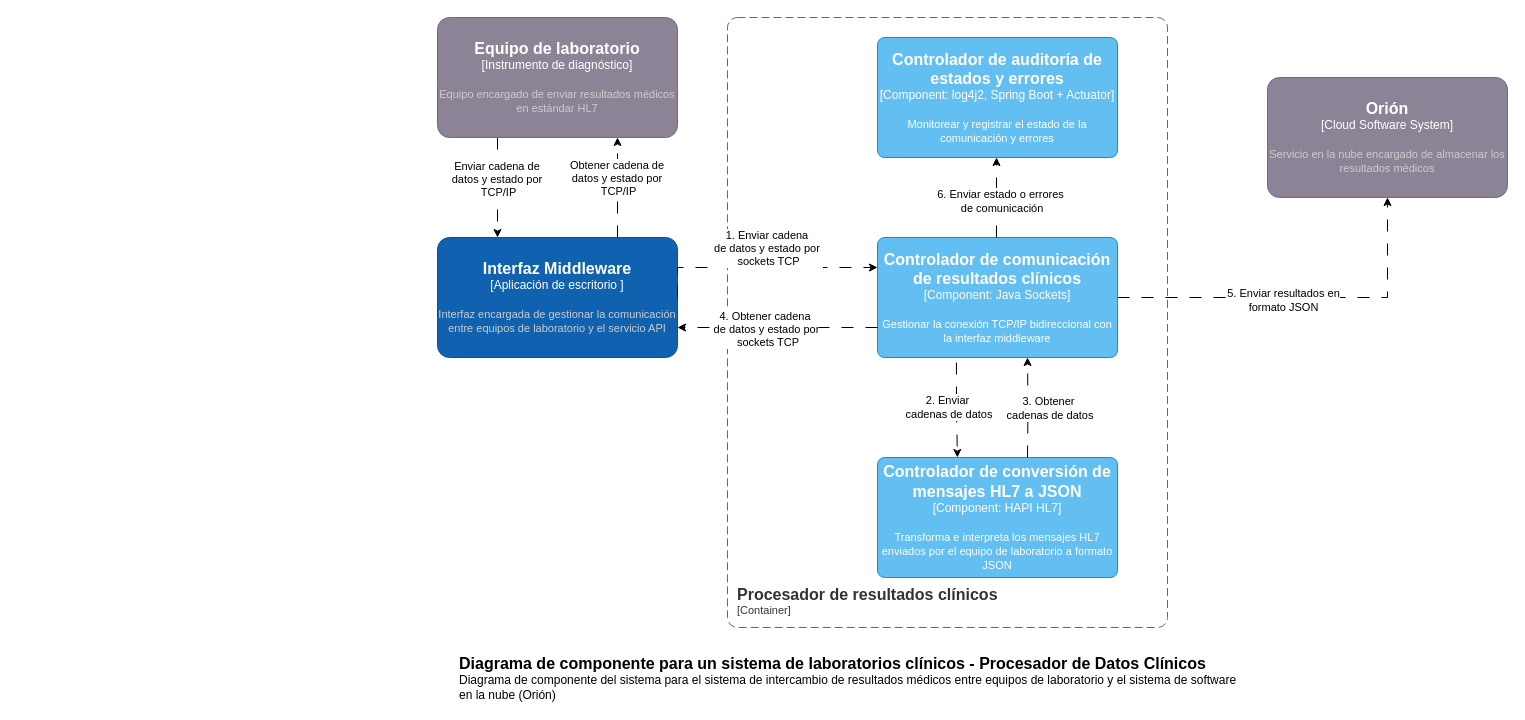
Before: page "Componente-PROCESADOR" (4 of 4) of Diagramas/TIC.drawio in GiulianAlbuja/TIC, a draw.io diagram. Source tidied: cells renumbered, new cells numbered last; positions are measured from the earlier drawing's top-left corner, leaving out a move shared by most shapes. Both pictures are drawn from the tidied source at 100%, with x=0, y=0 at pixel (437, 17).
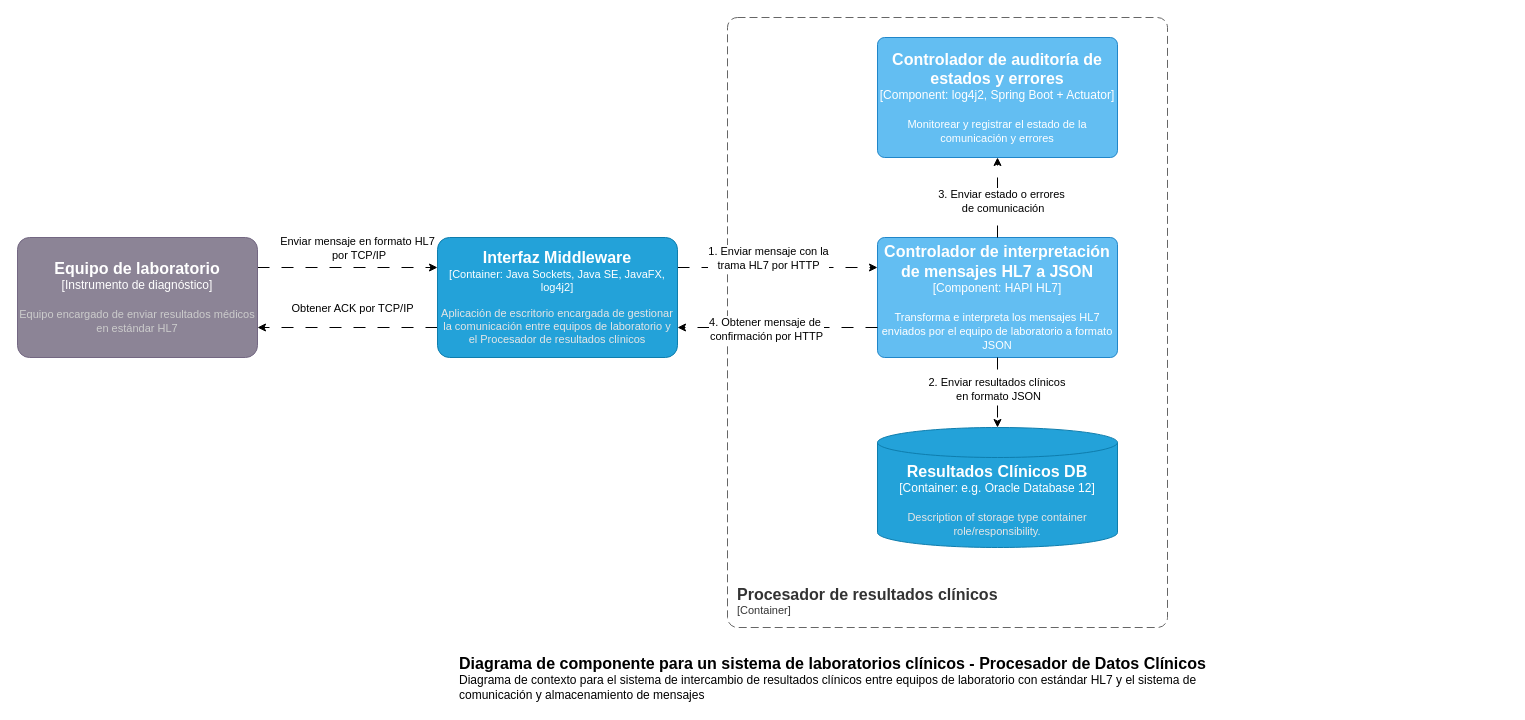
After the change.

The change refers to these unchanged cells:
```xml
<object id="12" label="&lt;font style=&quot;font-size: 16px&quot;&gt;&lt;b&gt;%c4Name%&lt;/b&gt;&lt;/font&gt;&lt;div&gt;[%c4Type%: %c4Technology%]&lt;/div&gt;&lt;br&gt;&lt;div&gt;&lt;font style=&quot;font-size: 11px&quot;&gt;%c4Description%&lt;/font&gt;&lt;/div&gt;" c4Description="Monitorear y registrar el estado de la comunicación y errores" c4Name="Controlador de auditoría de estados y errores" c4Technology="log4j2, Spring Boot + Actuator" c4Type="Component" placeholders="1">
  <mxCell style="rounded=1;whiteSpace=wrap;html=1;labelBackgroundColor=none;fillColor=#63BEF2;fontColor=#ffffff;align=center;arcSize=6;strokeColor=#2086C9;points=[[0.25,0,0],[0.5,0,0],[0.75,0,0],[1,0.25,0],[1,0.5,0],[1,0.75,0],[0.75,1,0],[0.5,1,0],[0.25,1,0],[0,0.75,0],[0,0.5,0],[0,0.25,0]];" parent="1" vertex="1">
    <mxGeometry x="440" y="20" width="240" height="120" as="geometry" />
  </mxCell>
</object>
```

Diff of the diagram source:
```diff
@@
-    <object id="2" label="&lt;font style=&quot;font-size: 16px&quot;&gt;&lt;b&gt;%c4Name%&lt;/b&gt;&lt;/font&gt;&lt;div&gt;[%c4Type%]&lt;/div&gt;&lt;br&gt;&lt;div&gt;&lt;font style=&quot;font-size: 11px&quot;&gt;&lt;font color=&quot;#cccccc&quot;&gt;%c4Description%&lt;/font&gt;&lt;/div&gt;" c4Description="Interfaz encargada de gestionar la comunicación entre equipos de laboratorio y el servicio API" c4Name="Interfaz Middleware" c4Type="Aplicación de escritorio " placeholders="1">
-      <mxCell style="rounded=1;whiteSpace=wrap;html=1;labelBackgroundColor=none;fillColor=#1061B0;fontColor=#ffffff;align=center;arcSize=10;strokeColor=#0D5091;points=[[0.25,0,0],[0.5,0,0],[0.75,0,0],[1,0.25,0],[1,0.5,0],[1,0.75,0],[0.75,1,0],[0.5,1,0],[0.25,1,0],[0,0.75,0],[0,0.5,0],[0,0.25,0]];" parent="1" vertex="1">
-        <mxGeometry y="220" width="240" height="120" as="geometry" />
-      </mxCell>
-    </object>
-    <mxCell id="3" style="edgeStyle=orthogonalEdgeStyle;rounded=0;jettySize=auto;html=1;entryX=0.25;entryY=0;entryDx=0;entryDy=0;entryPerimeter=0;startArrow=none;startFill=0;dashed=1;dashPattern=12 12;exitX=0.25;exitY=1;exitDx=0;exitDy=0;exitPerimeter=0;" parent="1" edge="1" source="5" target="2">
+    <mxCell id="3" style="edgeStyle=orthogonalEdgeStyle;rounded=0;jettySize=auto;html=1;entryX=0;entryY=0.25;entryDx=0;entryDy=0;entryPerimeter=0;startArrow=none;startFill=0;dashed=1;dashPattern=12 12;exitX=1;exitY=0.25;exitDx=0;exitDy=0;exitPerimeter=0;" parent="1" edge="1" source="5" target="26">
       <mxGeometry relative="1" as="geometry" />
     </mxCell>
-    <mxCell id="4" value="Enviar cadena de&amp;nbsp;&lt;div&gt;datos y estado por&amp;nbsp;&lt;/div&gt;&lt;div&gt;TCP/IP&lt;/div&gt;" style="edgeLabel;html=1;align=center;verticalAlign=middle;" parent="3" vertex="1">
+    <mxCell id="4" value="Enviar mensaje en formato HL7&lt;div&gt;&amp;nbsp;por TCP/IP&lt;/div&gt;" style="edgeLabel;html=1;align=center;verticalAlign=middle;" parent="3" vertex="1">
       <mxGeometry x="-0.25" y="-1" relative="1" as="geometry">
-        <mxPoint x="1" y="3" as="offset" />
+        <mxPoint x="31" y="-21" as="offset" />
       </mxGeometry>
     </mxCell>
     <object id="5" label="&lt;font style=&quot;font-size: 16px&quot;&gt;&lt;b&gt;%c4Name%&lt;/b&gt;&lt;/font&gt;&lt;div&gt;[%c4Type%]&lt;/div&gt;&lt;br&gt;&lt;div&gt;&lt;font style=&quot;font-size: 11px&quot;&gt;&lt;font color=&quot;#cccccc&quot;&gt;%c4Description%&lt;/font&gt;&lt;/div&gt;" c4Description="Equipo encargado de enviar resultados médicos en estándar HL7" c4Name="Equipo de laboratorio" c4Type="Instrumento de diagnóstico" placeholders="1">
       <mxCell style="rounded=1;whiteSpace=wrap;html=1;labelBackgroundColor=none;fillColor=#8C8496;fontColor=#ffffff;align=center;arcSize=10;strokeColor=#736782;points=[[0.25,0,0],[0.5,0,0],[0.75,0,0],[1,0.25,0],[1,0.5,0],[1,0.75,0],[0.75,1,0],[0.5,1,0],[0.25,1,0],[0,0.75,0],[0,0.5,0],[0,0.25,0]];" parent="1" vertex="1">
-        <mxGeometry width="240" height="120" as="geometry" />
+        <mxGeometry x="-420" y="220" width="240" height="120" as="geometry" />
       </mxCell>
     </object>
-    <object id="6" label="&lt;font style=&quot;font-size: 16px&quot;&gt;&lt;b&gt;%c4Name%&lt;/b&gt;&lt;/font&gt;&lt;div&gt;[%c4Type%]&lt;/div&gt;&lt;br&gt;&lt;div&gt;&lt;font style=&quot;font-size: 11px&quot;&gt;&lt;font color=&quot;#cccccc&quot;&gt;%c4Description%&lt;/font&gt;&lt;/div&gt;" c4Description="Servicio en la nube encargado de almacenar los resultados médicos" c4Name="Orión" c4Type="Cloud Software System" placeholders="1">
-      <mxCell style="rounded=1;whiteSpace=wrap;html=1;labelBackgroundColor=none;fillColor=#8C8496;fontColor=#ffffff;align=center;arcSize=10;strokeColor=#736782;points=[[0.25,0,0],[0.5,0,0],[0.75,0,0],[1,0.25,0],[1,0.5,0],[1,0.75,0],[0.75,1,0],[0.5,1,0],[0.25,1,0],[0,0.75,0],[0,0.5,0],[0,0.25,0]];" parent="1" vertex="1">
-        <mxGeometry x="830" y="60" width="240" height="120" as="geometry" />
-      </mxCell>
-    </object>
@@
-    <mxCell id="8" style="edgeStyle=orthogonalEdgeStyle;rounded=0;jettySize=auto;html=1;dashed=1;dashPattern=12 12;" parent="1" edge="1" source="10" target="6">
-      <mxGeometry relative="1" as="geometry" />
-    </mxCell>
-    <mxCell id="9" value="5. Enviar resultados en&lt;div&gt;formato JSON&lt;/div&gt;" style="edgeLabel;html=1;align=center;verticalAlign=middle;" parent="8" vertex="1">
-      <mxGeometry x="-0.11" y="-2" relative="1" as="geometry" />
-    </mxCell>
-    <object id="10" label="&lt;font style=&quot;font-size: 16px&quot;&gt;&lt;b&gt;%c4Name%&lt;/b&gt;&lt;/font&gt;&lt;div&gt;[%c4Type%: %c4Technology%]&lt;/div&gt;&lt;br&gt;&lt;div&gt;&lt;font style=&quot;font-size: 11px&quot;&gt;%c4Description%&lt;/font&gt;&lt;/div&gt;" c4Description="Gestionar la conexión TCP/IP bidireccional con la interfaz middleware" c4Name="Controlador de comunicación de resultados clínicos" c4Technology="Java Sockets" c4Type="Component" placeholders="1">
-      <mxCell style="rounded=1;whiteSpace=wrap;html=1;labelBackgroundColor=none;fillColor=#63BEF2;fontColor=#ffffff;align=center;arcSize=6;strokeColor=#2086C9;points=[[0.25,0,0],[0.5,0,0],[0.75,0,0],[1,0.25,0],[1,0.5,0],[1,0.75,0],[0.75,1,0],[0.5,1,0],[0.25,1,0],[0,0.75,0],[0,0.5,0],[0,0.25,0]];" parent="1" vertex="1">
-        <mxGeometry x="440" y="220" width="240" height="120" as="geometry" />
-      </mxCell>
-    </object>
-    <object id="11" label="&lt;font style=&quot;font-size: 16px&quot;&gt;&lt;b&gt;%c4Name%&lt;/b&gt;&lt;/font&gt;&lt;div&gt;[%c4Type%: %c4Technology%]&lt;/div&gt;&lt;br&gt;&lt;div&gt;&lt;font style=&quot;font-size: 11px&quot;&gt;%c4Description%&lt;/font&gt;&lt;/div&gt;" c4Description="Transforma e interpreta los mensajes HL7 enviados por el equipo de laboratorio a formato JSON" c4Name="Controlador de conversión de mensajes HL7 a JSON" c4Technology="HAPI HL7" c4Type="Component" placeholders="1">
+    <object id="11" label="&lt;font style=&quot;font-size: 16px&quot;&gt;&lt;b&gt;%c4Name%&lt;/b&gt;&lt;/font&gt;&lt;div&gt;[%c4Type%: %c4Technology%]&lt;/div&gt;&lt;br&gt;&lt;div&gt;&lt;font style=&quot;font-size: 11px&quot;&gt;%c4Description%&lt;/font&gt;&lt;/div&gt;" c4Description="Transforma e interpreta los mensajes HL7 enviados por el equipo de laboratorio a formato JSON" c4Name="Controlador de interpretación de mensajes HL7 a JSON" c4Technology="HAPI HL7" c4Type="Component" placeholders="1">
       <mxCell style="rounded=1;whiteSpace=wrap;html=1;labelBackgroundColor=none;fillColor=#63BEF2;fontColor=#ffffff;align=center;arcSize=6;strokeColor=#2086C9;points=[[0.25,0,0],[0.5,0,0],[0.75,0,0],[1,0.25,0],[1,0.5,0],[1,0.75,0],[0.75,1,0],[0.5,1,0],[0.25,1,0],[0,0.75,0],[0,0.5,0],[0,0.25,0]];" parent="1" vertex="1">
-        <mxGeometry x="440" y="440" width="240" height="120" as="geometry" />
+        <mxGeometry x="440" y="220" width="240" height="120" as="geometry" />
       </mxCell>
     </object>
@@
-    <mxCell id="13" style="edgeStyle=orthogonalEdgeStyle;rounded=0;jettySize=auto;html=1;dashed=1;dashPattern=12 12;startArrow=none;startFill=0;exitX=1;exitY=0.5;exitDx=0;exitDy=0;exitPerimeter=0;" parent="1" edge="1" source="2">
-      <mxGeometry relative="1" as="geometry">
-        <mxPoint x="440" y="250" as="targetPoint" />
-        <Array as="points">
-          <mxPoint x="240" y="250" />
-          <mxPoint x="440" y="250" />
-        </Array>
-      </mxGeometry>
+    <mxCell id="13" style="edgeStyle=orthogonalEdgeStyle;rounded=0;jettySize=auto;html=1;dashed=1;dashPattern=12 12;startArrow=none;startFill=0;exitX=1;exitY=0.25;exitDx=0;exitDy=0;exitPerimeter=0;entryX=0;entryY=0.25;entryDx=0;entryDy=0;entryPerimeter=0;" parent="1" edge="1" source="26" target="11">
+      <mxGeometry relative="1" as="geometry" />
     </mxCell>
-    <mxCell id="14" value="1. Enviar cadena&amp;nbsp;&lt;div&gt;de datos y estado por&amp;nbsp;&lt;/div&gt;&lt;div&gt;sockets TCP&lt;/div&gt;" style="edgeLabel;html=1;align=center;verticalAlign=middle;" parent="13" vertex="1">
+    <mxCell id="14" value="1. Enviar mensaje con la&lt;div&gt;trama HL7 por HTTP&lt;/div&gt;" style="edgeLabel;html=1;align=center;verticalAlign=middle;" parent="13" vertex="1">
       <mxGeometry x="0.07" y="-1" relative="1" as="geometry">
-        <mxPoint x="-3" y="-21" as="offset" />
+        <mxPoint x="-17" y="-11" as="offset" />
       </mxGeometry>
     </mxCell>
-    <mxCell id="15" style="edgeStyle=orthogonalEdgeStyle;rounded=0;jettySize=auto;html=1;entryX=0.333;entryY=0;entryDx=0;entryDy=0;entryPerimeter=0;startArrow=none;startFill=0;dashed=1;dashPattern=12 12;exitX=0.329;exitY=1.042;exitDx=0;exitDy=0;exitPerimeter=0;" parent="1" edge="1" source="10" target="11">
-      <mxGeometry relative="1" as="geometry" />
-    </mxCell>
-    <mxCell id="16" value="2. Enviar&lt;div&gt;&amp;nbsp;cadenas de datos&lt;/div&gt;" style="edgeLabel;html=1;align=center;verticalAlign=middle;" parent="15" vertex="1">
-      <mxGeometry x="-0.22" y="-1" relative="1" as="geometry">
-        <mxPoint x="-8" y="7" as="offset" />
-      </mxGeometry>
-    </mxCell>
-    <object id="17" label="&lt;font style=&quot;font-size: 16px&quot;&gt;&lt;b&gt;&lt;div style=&quot;text-align: left&quot;&gt;%c4Name%&lt;/div&gt;&lt;/b&gt;&lt;/font&gt;&lt;div style=&quot;text-align: left&quot;&gt;%c4Description%&lt;/div&gt;" c4Description="Diagrama de componente del sistema para el sistema de intercambio de resultados médicos entre equipos de laboratorio y el sistema de software en la nube (Orión)" c4Name="Diagrama de componente para un sistema de laboratorios clínicos - Procesador de Datos Clínicos" placeholders="1">
+    <object id="17" label="&lt;font style=&quot;font-size: 16px&quot;&gt;&lt;b&gt;&lt;div style=&quot;text-align: left&quot;&gt;%c4Name%&lt;/div&gt;&lt;/b&gt;&lt;/font&gt;&lt;div style=&quot;text-align: left&quot;&gt;%c4Description%&lt;/div&gt;" c4Description="Diagrama de contexto para el sistema de intercambio de resultados clínicos entre equipos de laboratorio con estándar HL7  y el sistema de comunicación y almacenamiento de mensajes" c4Name="Diagrama de componente para un sistema de laboratorios clínicos - Procesador de Datos Clínicos" placeholders="1">
       <mxCell style="text;html=1;strokeColor=none;fillColor=none;align=left;verticalAlign=top;whiteSpace=wrap;rounded=0;" parent="1" vertex="1">
         <mxGeometry x="20" y="630" width="780" height="40" as="geometry" />
       </mxCell>
     </object>
-    <mxCell id="18" style="edgeStyle=orthogonalEdgeStyle;rounded=0;orthogonalLoop=1;jettySize=auto;html=1;entryX=0.5;entryY=1;entryDx=0;entryDy=0;entryPerimeter=0;dashed=1;dashPattern=12 12;" parent="1" edge="1">
-      <mxGeometry relative="1" as="geometry">
-        <mxPoint x="559" y="220" as="sourcePoint" />
-        <mxPoint x="559" y="140" as="targetPoint" />
-      </mxGeometry>
+    <mxCell id="18" style="edgeStyle=orthogonalEdgeStyle;rounded=0;jettySize=auto;html=1;entryX=0.5;entryY=1;entryDx=0;entryDy=0;entryPerimeter=0;dashed=1;dashPattern=12 12;exitX=0.5;exitY=0;exitDx=0;exitDy=0;exitPerimeter=0;" parent="1" edge="1" source="11" target="12">
+      <mxGeometry relative="1" as="geometry" />
     </mxCell>
-    <mxCell id="19" value="6. Enviar estado o errores&lt;div&gt;&amp;nbsp;de comunicación&lt;/div&gt;" style="edgeLabel;html=1;align=center;verticalAlign=middle;" parent="18" vertex="1">
+    <mxCell id="19" value="3. Enviar estado o errores&lt;div&gt;&amp;nbsp;de comunicación&lt;/div&gt;" style="edgeLabel;html=1;align=center;verticalAlign=middle;" parent="18" vertex="1">
       <mxGeometry x="-0.07" y="-3" relative="1" as="geometry" />
     </mxCell>
-    <mxCell id="20" style="edgeStyle=orthogonalEdgeStyle;rounded=0;jettySize=auto;html=1;entryX=1;entryY=0.75;entryDx=0;entryDy=0;entryPerimeter=0;dashed=1;dashPattern=12 12;exitX=0;exitY=0.75;exitDx=0;exitDy=0;exitPerimeter=0;" parent="1" edge="1" source="10" target="2">
+    <mxCell id="20" style="edgeStyle=orthogonalEdgeStyle;rounded=0;jettySize=auto;html=1;entryX=1;entryY=0.75;entryDx=0;entryDy=0;entryPerimeter=0;dashed=1;dashPattern=12 12;exitX=0;exitY=0.75;exitDx=0;exitDy=0;exitPerimeter=0;" parent="1" edge="1" source="11" target="26">
       <mxGeometry relative="1" as="geometry" />
     </mxCell>
-    <mxCell id="21" value="4. Obtener cadena&amp;nbsp;&lt;div&gt;de datos y estado por&lt;/div&gt;&lt;div&gt;&amp;nbsp;sockets TCP&lt;/div&gt;" style="edgeLabel;html=1;align=center;verticalAlign=middle;" parent="20" vertex="1">
+    <mxCell id="21" value="4. Obtener mensaje de&amp;nbsp;&lt;div&gt;confirmación por HTTP&lt;/div&gt;" style="edgeLabel;html=1;align=center;verticalAlign=middle;" parent="20" vertex="1">
       <mxGeometry x="0.12" y="1" relative="1" as="geometry" />
     </mxCell>
-    <mxCell id="22" style="edgeStyle=orthogonalEdgeStyle;rounded=0;jettySize=auto;html=1;entryX=0.625;entryY=1;entryDx=0;entryDy=0;entryPerimeter=0;dashed=1;dashPattern=12 12;" parent="1" edge="1" target="10">
-      <mxGeometry relative="1" as="geometry">
-        <mxPoint x="590" y="440" as="sourcePoint" />
-      </mxGeometry>
-    </mxCell>
-    <mxCell id="23" value="3. Obtener&lt;div&gt;&amp;nbsp;cadenas de datos&lt;/div&gt;" style="edgeLabel;html=1;align=center;verticalAlign=middle;" parent="22" vertex="1">
-      <mxGeometry x="-0.34" y="-1" relative="1" as="geometry">
-        <mxPoint x="19" y="-17" as="offset" />
-      </mxGeometry>
-    </mxCell>
-    <mxCell id="24" style="edgeStyle=orthogonalEdgeStyle;rounded=0;jettySize=auto;html=1;exitX=0.75;exitY=0;exitDx=0;exitDy=0;exitPerimeter=0;entryX=0.75;entryY=1;entryDx=0;entryDy=0;entryPerimeter=0;dashed=1;dashPattern=12 12;" parent="1" edge="1" source="2" target="5">
+    <mxCell id="24" style="edgeStyle=orthogonalEdgeStyle;rounded=0;jettySize=auto;html=1;exitX=0;exitY=0.75;exitDx=0;exitDy=0;exitPerimeter=0;entryX=1;entryY=0.75;entryDx=0;entryDy=0;entryPerimeter=0;dashed=1;dashPattern=12 12;" parent="1" edge="1" source="26" target="5">
       <mxGeometry relative="1" as="geometry" />
     </mxCell>
-    <mxCell id="25" value="Obtener cadena de&amp;nbsp;&lt;div&gt;datos y estado por&amp;nbsp;&lt;/div&gt;&lt;div&gt;TCP/IP&lt;/div&gt;" style="edgeLabel;html=1;align=center;verticalAlign=middle;" parent="24" vertex="1">
+    <mxCell id="25" value="Obtener ACK&amp;nbsp;por TCP/IP" style="edgeLabel;html=1;align=center;verticalAlign=middle;" parent="24" vertex="1">
       <mxGeometry x="-0.04" relative="1" as="geometry">
-        <mxPoint y="-12" as="offset" />
+        <mxPoint y="-20" as="offset" />
       </mxGeometry>
     </mxCell>
+    <object id="26" label="&lt;font style=&quot;font-size: 16px&quot;&gt;&lt;b&gt;%c4Name%&lt;/b&gt;&lt;/font&gt;&lt;div&gt;[%c4Type%: %c4Technology%]&lt;/div&gt;&lt;br&gt;&lt;div&gt;&lt;font style=&quot;font-size: 11px&quot;&gt;&lt;font color=&quot;#E6E6E6&quot;&gt;%c4Description%&lt;/font&gt;&lt;/div&gt;" c4Description="Aplicación de escritorio encargada de gestionar la comunicación entre equipos de laboratorio y el Procesador de resultados clínicos" c4Name="Interfaz Middleware" c4Technology="Java Sockets, Java SE, JavaFX, log4j2" c4Type="Container" placeholders="1">
+      <mxCell style="rounded=1;whiteSpace=wrap;html=1;fontSize=11;labelBackgroundColor=none;fillColor=#23A2D9;fontColor=#ffffff;align=center;arcSize=10;strokeColor=#0E7DAD;points=[[0.25,0,0],[0.5,0,0],[0.75,0,0],[1,0.25,0],[1,0.5,0],[1,0.75,0],[0.75,1,0],[0.5,1,0],[0.25,1,0],[0,0.75,0],[0,0.5,0],[0,0.25,0]];" parent="1" vertex="1">
+        <mxGeometry y="220" width="240" height="120" as="geometry" />
+      </mxCell>
+    </object>
+    <object id="27" label="&lt;font style=&quot;font-size: 16px&quot;&gt;&lt;b&gt;%c4Name%&lt;/b&gt;&lt;/font&gt;&lt;div&gt;[%c4Type%:&amp;nbsp;%c4Technology%]&lt;/div&gt;&lt;br&gt;&lt;div&gt;&lt;font style=&quot;font-size: 11px&quot;&gt;&lt;font color=&quot;#E6E6E6&quot;&gt;%c4Description%&lt;/font&gt;&lt;/div&gt;" c4Description="Description of storage type container role/responsibility." c4Name="Resultados Clínicos DB" c4Technology="e.g. Oracle Database 12" c4Type="Container" placeholders="1">
+      <mxCell style="shape=cylinder3;size=15;whiteSpace=wrap;html=1;boundedLbl=1;rounded=0;labelBackgroundColor=none;fillColor=#23A2D9;fontSize=12;fontColor=#ffffff;align=center;strokeColor=#0E7DAD;points=[[0.5,0,0],[1,0.25,0],[1,0.5,0],[1,0.75,0],[0.5,1,0],[0,0.75,0],[0,0.5,0],[0,0.25,0]];" parent="1" vertex="1">
+        <mxGeometry x="440" y="410" width="240" height="120" as="geometry" />
+      </mxCell>
+    </object>
+    <mxCell id="28" style="edgeStyle=orthogonalEdgeStyle;rounded=0;jettySize=auto;html=1;entryX=0.5;entryY=0;entryDx=0;entryDy=0;entryPerimeter=0;dashed=1;dashPattern=12 12;" parent="1" edge="1" source="11" target="27">
+      <mxGeometry relative="1" as="geometry" />
+    </mxCell>
+    <mxCell id="29" value="2. Enviar resultados clínicos&amp;nbsp;&lt;div&gt;en formato JSON&lt;/div&gt;" style="edgeLabel;html=1;align=center;verticalAlign=middle;" parent="28" vertex="1">
+      <mxGeometry x="-0.11" relative="1" as="geometry" />
+    </mxCell>
```
